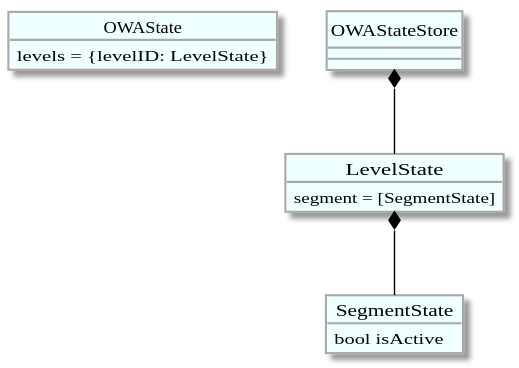
Above: docs/data_model.svg in awakeningio/owa (PlantUML), before the change.
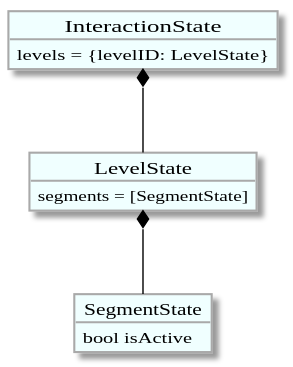
The same file after the commit.

Diff of the diagram source:
```diff
@@ -40,19 +40,19 @@
   borderColor DarkGrey
 }
 
-object OWAState {
+object InteractionState {
   levels = {levelID: LevelState}
 }
 
 object LevelState {
-segment = [SegmentState]
+segments = [SegmentState]
 }
 
 object SegmentState {
 bool isActive
 }
 
-OWAStateStore *-- LevelState
+InteractionState *-- LevelState
 LevelState *-- SegmentState
 
 
```
